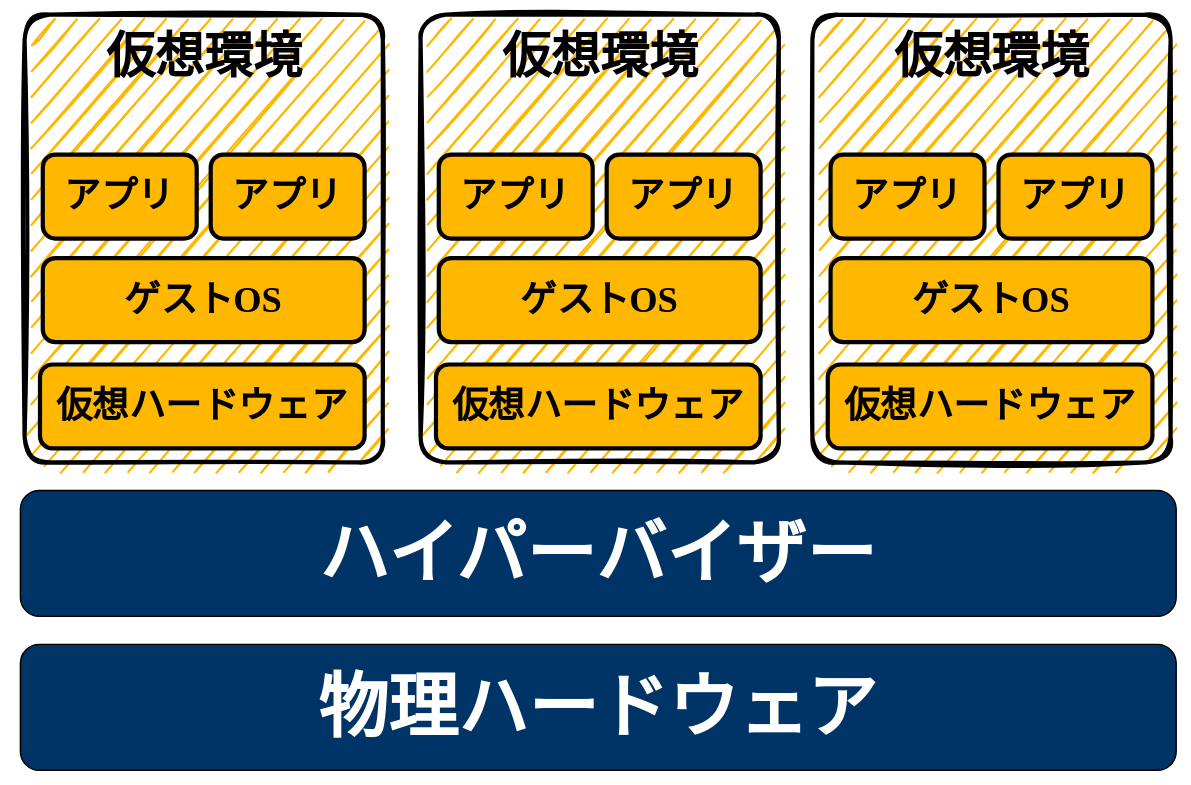
Before: docs/diagrams/kasou_hyper.drawio.svg, a diagram exported from draw.io (sho037/docker-kubernetes-tutorial). Source tidied: cells renumbered, new cells last; positions are measured from the earlier drawing's top-left corner, leaving out a move shared by most shapes. Its diagram source:
```xml
<mxGraphModel background="#ffffff">
  <root>
    <mxCell id="0" />
    <mxCell id="1" parent="0" />
    <mxCell id="2" value="&lt;font face=&quot;mplus1p&quot; size=&quot;1&quot; color=&quot;#ffffff&quot; style=&quot;&quot;&gt;&lt;b style=&quot;font-size: 50px;&quot;&gt;物理ハードウェア&lt;/b&gt;&lt;/font&gt;" style="rounded=1;whiteSpace=wrap;html=1;fillColor=#003366;strokeColor=#000000;strokeWidth=1;fontColor=#000000;sketch=0;glass=0;" parent="1" vertex="1">
      <mxGeometry x="14" y="460" width="826" height="90" as="geometry" />
    </mxCell>
    <mxCell id="3" style="rounded=1;whiteSpace=wrap;html=1;fillColor=#FFB700;strokeColor=#000000;strokeWidth=3;fontColor=#000000;sketch=1;glass=0;arcSize=7;shadow=0;" parent="1" vertex="1">
      <mxGeometry x="17" y="10" width="256" height="320" as="geometry" />
    </mxCell>
    <mxCell id="4" value="&lt;font face=&quot;mplus1p&quot;&gt;仮想環境&lt;/font&gt;" style="text;strokeColor=none;fillColor=none;html=1;fontSize=35;fontStyle=1;verticalAlign=middle;align=center;glass=0;labelBackgroundColor=none;sketch=0;fillStyle=auto;fontColor=#000000;" parent="1" vertex="1">
      <mxGeometry x="95" y="20" width="100" height="40" as="geometry" />
    </mxCell>
    <mxCell id="5" value="&lt;b style=&quot;font-size: 26px;&quot;&gt;&lt;font face=&quot;mplus1p&quot; style=&quot;font-size: 26px;&quot;&gt;仮想ハードウェア&lt;/font&gt;&lt;/b&gt;" style="rounded=1;whiteSpace=wrap;html=1;fillColor=#FFB700;strokeColor=#000000;strokeWidth=3;fontColor=#000000;labelBackgroundColor=none;fillStyle=auto;sketch=0;fontSize=26;fontFamily=ubuntu;fontSource=https%3A%2F%2Ffonts.googleapis.com%2Fcss%3Ffamily%3Dubuntu;" parent="1" vertex="1">
      <mxGeometry x="28" y="260" width="232" height="60" as="geometry" />
    </mxCell>
    <mxCell id="6" value="&lt;font style=&quot;font-size: 50px;&quot;&gt;&lt;b&gt;&lt;font face=&quot;mplus1p&quot; color=&quot;#ffffff&quot;&gt;ハイパーバイザー&lt;/font&gt;&lt;br&gt;&lt;/b&gt;&lt;/font&gt;" style="rounded=1;whiteSpace=wrap;html=1;fillColor=#003366;strokeColor=#000000;strokeWidth=1;fontColor=#000000;sketch=0;glass=0;" parent="1" vertex="1">
      <mxGeometry x="14" y="350" width="826" height="90" as="geometry" />
    </mxCell>
    <mxCell id="7" value="&lt;b style=&quot;font-size: 26px;&quot;&gt;&lt;font style=&quot;font-size: 26px;&quot;&gt;&lt;font face=&quot;mplus1p&quot;&gt;ゲストOS&lt;/font&gt;&lt;br&gt;&lt;/font&gt;&lt;/b&gt;" style="rounded=1;whiteSpace=wrap;html=1;fillColor=#FFB700;strokeColor=#000000;strokeWidth=3;fontColor=#000000;labelBackgroundColor=none;fillStyle=auto;sketch=0;fontSize=26;fontFamily=ubuntu;fontSource=https%3A%2F%2Ffonts.googleapis.com%2Fcss%3Ffamily%3Dubuntu;" parent="1" vertex="1">
      <mxGeometry x="30" y="184" width="230" height="60" as="geometry" />
    </mxCell>
    <mxCell id="8" value="&lt;b style=&quot;font-size: 26px;&quot;&gt;&lt;font style=&quot;font-size: 26px;&quot;&gt;&lt;font face=&quot;mplus1p&quot;&gt;アプリ&lt;/font&gt;&lt;br&gt;&lt;/font&gt;&lt;/b&gt;" style="rounded=1;whiteSpace=wrap;html=1;fillColor=#FFB700;strokeColor=#000000;strokeWidth=3;fontColor=#000000;labelBackgroundColor=none;fillStyle=auto;sketch=0;fontSize=26;fontFamily=ubuntu;fontSource=https%3A%2F%2Ffonts.googleapis.com%2Fcss%3Ffamily%3Dubuntu;" parent="1" vertex="1">
      <mxGeometry x="30" y="110" width="110" height="60" as="geometry" />
    </mxCell>
    <mxCell id="9" value="&lt;b style=&quot;font-size: 26px;&quot;&gt;&lt;font style=&quot;font-size: 26px;&quot;&gt;&lt;font face=&quot;mplus1p&quot;&gt;アプリ&lt;/font&gt;&lt;br&gt;&lt;/font&gt;&lt;/b&gt;" style="rounded=1;whiteSpace=wrap;html=1;fillColor=#FFB700;strokeColor=#000000;strokeWidth=3;fontColor=#000000;labelBackgroundColor=none;fillStyle=auto;sketch=0;fontSize=26;fontFamily=ubuntu;fontSource=https%3A%2F%2Ffonts.googleapis.com%2Fcss%3Ffamily%3Dubuntu;" parent="1" vertex="1">
      <mxGeometry x="150" y="110" width="110" height="60" as="geometry" />
    </mxCell>
    <mxCell id="10" style="rounded=0;whiteSpace=wrap;html=1;shadow=0;glass=0;labelBackgroundColor=none;sketch=0;fillStyle=auto;fontSize=26;fontColor=#000000;strokeColor=none;strokeWidth=1;fillColor=none;" parent="1" vertex="1">
      <mxGeometry width="850" height="560" as="geometry" />
    </mxCell>
    <mxCell id="11" style="rounded=1;whiteSpace=wrap;html=1;fillColor=#FFB700;strokeColor=#000000;strokeWidth=3;fontColor=#000000;sketch=1;glass=0;arcSize=7;shadow=0;" parent="1" vertex="1">
      <mxGeometry x="300" y="10" width="256" height="320" as="geometry" />
    </mxCell>
    <mxCell id="12" value="&lt;font face=&quot;mplus1p&quot;&gt;仮想環境&lt;/font&gt;" style="text;strokeColor=none;fillColor=none;html=1;fontSize=35;fontStyle=1;verticalAlign=middle;align=center;glass=0;labelBackgroundColor=none;sketch=0;fillStyle=auto;fontColor=#000000;" parent="1" vertex="1">
      <mxGeometry x="378" y="20" width="100" height="40" as="geometry" />
    </mxCell>
    <mxCell id="13" value="&lt;b style=&quot;font-size: 26px;&quot;&gt;&lt;font face=&quot;mplus1p&quot; style=&quot;font-size: 26px;&quot;&gt;仮想ハードウェア&lt;/font&gt;&lt;/b&gt;" style="rounded=1;whiteSpace=wrap;html=1;fillColor=#FFB700;strokeColor=#000000;strokeWidth=3;fontColor=#000000;labelBackgroundColor=none;fillStyle=auto;sketch=0;fontSize=26;fontFamily=ubuntu;fontSource=https%3A%2F%2Ffonts.googleapis.com%2Fcss%3Ffamily%3Dubuntu;" parent="1" vertex="1">
      <mxGeometry x="311" y="260" width="232" height="60" as="geometry" />
    </mxCell>
    <mxCell id="14" value="&lt;b style=&quot;font-size: 26px;&quot;&gt;&lt;font style=&quot;font-size: 26px;&quot;&gt;&lt;font face=&quot;mplus1p&quot;&gt;ゲストOS&lt;/font&gt;&lt;br&gt;&lt;/font&gt;&lt;/b&gt;" style="rounded=1;whiteSpace=wrap;html=1;fillColor=#FFB700;strokeColor=#000000;strokeWidth=3;fontColor=#000000;labelBackgroundColor=none;fillStyle=auto;sketch=0;fontSize=26;fontFamily=ubuntu;fontSource=https%3A%2F%2Ffonts.googleapis.com%2Fcss%3Ffamily%3Dubuntu;" parent="1" vertex="1">
      <mxGeometry x="313" y="184" width="230" height="60" as="geometry" />
    </mxCell>
    <mxCell id="15" value="&lt;b style=&quot;font-size: 26px;&quot;&gt;&lt;font style=&quot;font-size: 26px;&quot;&gt;&lt;font face=&quot;mplus1p&quot;&gt;アプリ&lt;/font&gt;&lt;br&gt;&lt;/font&gt;&lt;/b&gt;" style="rounded=1;whiteSpace=wrap;html=1;fillColor=#FFB700;strokeColor=#000000;strokeWidth=3;fontColor=#000000;labelBackgroundColor=none;fillStyle=auto;sketch=0;fontSize=26;fontFamily=ubuntu;fontSource=https%3A%2F%2Ffonts.googleapis.com%2Fcss%3Ffamily%3Dubuntu;" parent="1" vertex="1">
      <mxGeometry x="313" y="110" width="110" height="60" as="geometry" />
    </mxCell>
    <mxCell id="16" value="&lt;b style=&quot;font-size: 26px;&quot;&gt;&lt;font style=&quot;font-size: 26px;&quot;&gt;&lt;font face=&quot;mplus1p&quot;&gt;アプリ&lt;/font&gt;&lt;br&gt;&lt;/font&gt;&lt;/b&gt;" style="rounded=1;whiteSpace=wrap;html=1;fillColor=#FFB700;strokeColor=#000000;strokeWidth=3;fontColor=#000000;labelBackgroundColor=none;fillStyle=auto;sketch=0;fontSize=26;fontFamily=ubuntu;fontSource=https%3A%2F%2Ffonts.googleapis.com%2Fcss%3Ffamily%3Dubuntu;" parent="1" vertex="1">
      <mxGeometry x="433" y="110" width="110" height="60" as="geometry" />
    </mxCell>
    <mxCell id="17" style="rounded=1;whiteSpace=wrap;html=1;fillColor=#FFB700;strokeColor=#000000;strokeWidth=3;fontColor=#000000;sketch=1;glass=0;arcSize=7;shadow=0;" parent="1" vertex="1">
      <mxGeometry x="580" y="10" width="256" height="320" as="geometry" />
    </mxCell>
    <mxCell id="18" value="&lt;font face=&quot;mplus1p&quot;&gt;仮想環境&lt;/font&gt;" style="text;strokeColor=none;fillColor=none;html=1;fontSize=35;fontStyle=1;verticalAlign=middle;align=center;glass=0;labelBackgroundColor=none;sketch=0;fillStyle=auto;fontColor=#000000;" parent="1" vertex="1">
      <mxGeometry x="658" y="20" width="100" height="40" as="geometry" />
    </mxCell>
    <mxCell id="19" value="&lt;b style=&quot;font-size: 26px;&quot;&gt;&lt;font face=&quot;mplus1p&quot; style=&quot;font-size: 26px;&quot;&gt;仮想ハードウェア&lt;/font&gt;&lt;/b&gt;" style="rounded=1;whiteSpace=wrap;html=1;fillColor=#FFB700;strokeColor=#000000;strokeWidth=3;fontColor=#000000;labelBackgroundColor=none;fillStyle=auto;sketch=0;fontSize=26;fontFamily=ubuntu;fontSource=https%3A%2F%2Ffonts.googleapis.com%2Fcss%3Ffamily%3Dubuntu;" parent="1" vertex="1">
      <mxGeometry x="591" y="260" width="232" height="60" as="geometry" />
    </mxCell>
    <mxCell id="20" value="&lt;b style=&quot;font-size: 26px;&quot;&gt;&lt;font style=&quot;font-size: 26px;&quot;&gt;&lt;font face=&quot;mplus1p&quot;&gt;ゲストOS&lt;/font&gt;&lt;br&gt;&lt;/font&gt;&lt;/b&gt;" style="rounded=1;whiteSpace=wrap;html=1;fillColor=#FFB700;strokeColor=#000000;strokeWidth=3;fontColor=#000000;labelBackgroundColor=none;fillStyle=auto;sketch=0;fontSize=26;fontFamily=ubuntu;fontSource=https%3A%2F%2Ffonts.googleapis.com%2Fcss%3Ffamily%3Dubuntu;" parent="1" vertex="1">
      <mxGeometry x="593" y="184" width="230" height="60" as="geometry" />
    </mxCell>
    <mxCell id="21" value="&lt;b style=&quot;font-size: 26px;&quot;&gt;&lt;font style=&quot;font-size: 26px;&quot;&gt;&lt;font face=&quot;mplus1p&quot;&gt;アプリ&lt;/font&gt;&lt;br&gt;&lt;/font&gt;&lt;/b&gt;" style="rounded=1;whiteSpace=wrap;html=1;fillColor=#FFB700;strokeColor=#000000;strokeWidth=3;fontColor=#000000;labelBackgroundColor=none;fillStyle=auto;sketch=0;fontSize=26;fontFamily=ubuntu;fontSource=https%3A%2F%2Ffonts.googleapis.com%2Fcss%3Ffamily%3Dubuntu;" parent="1" vertex="1">
      <mxGeometry x="593" y="110" width="110" height="60" as="geometry" />
    </mxCell>
    <mxCell id="22" value="&lt;b style=&quot;font-size: 26px;&quot;&gt;&lt;font style=&quot;font-size: 26px;&quot;&gt;&lt;font face=&quot;mplus1p&quot;&gt;アプリ&lt;/font&gt;&lt;br&gt;&lt;/font&gt;&lt;/b&gt;" style="rounded=1;whiteSpace=wrap;html=1;fillColor=#FFB700;strokeColor=#000000;strokeWidth=3;fontColor=#000000;labelBackgroundColor=none;fillStyle=auto;sketch=0;fontSize=26;fontFamily=ubuntu;fontSource=https%3A%2F%2Ffonts.googleapis.com%2Fcss%3Ffamily%3Dubuntu;" parent="1" vertex="1">
      <mxGeometry x="713" y="110" width="110" height="60" as="geometry" />
    </mxCell>
  </root>
</mxGraphModel>
```
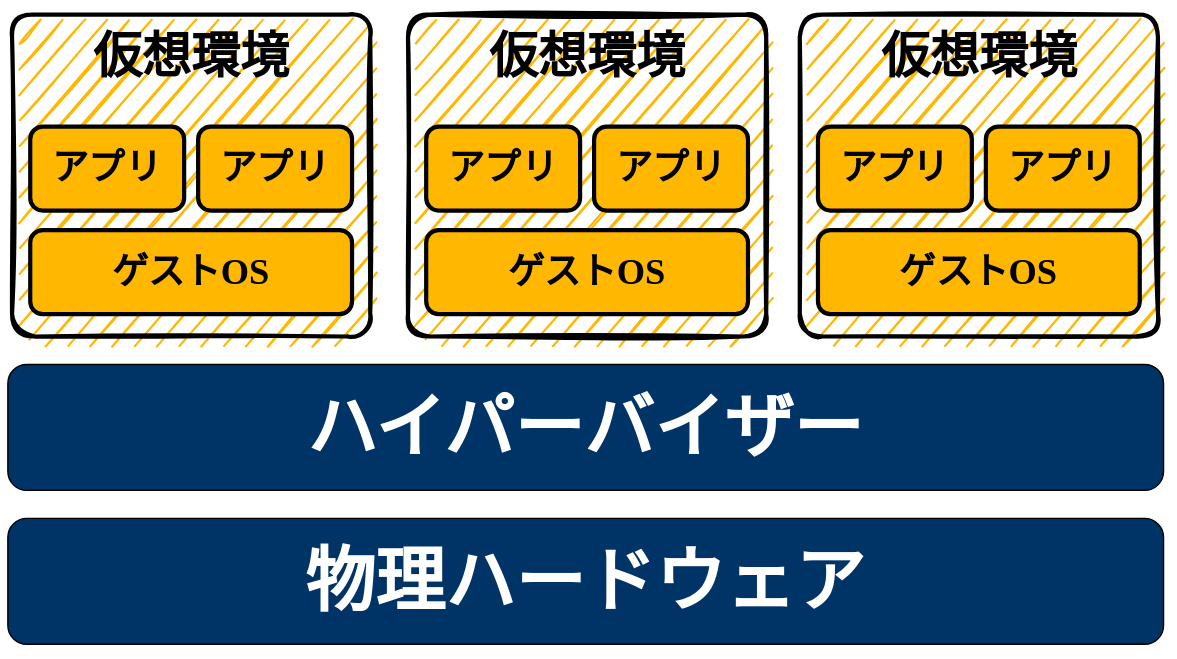
Above is the later version.

Change to the diagram source:
```diff
@@ -2,68 +2,59 @@
   <root>
     <mxCell id="0" />
     <mxCell id="1" parent="0" />
+    <mxCell id="10" style="rounded=0;whiteSpace=wrap;html=1;shadow=0;glass=0;labelBackgroundColor=none;sketch=0;fillStyle=auto;fontSize=26;fontColor=#000000;strokeColor=none;strokeWidth=1;fillColor=none;" parent="1" vertex="1">
+      <mxGeometry x="9" y="90" width="840" height="470" as="geometry" />
+    </mxCell>
     <mxCell id="2" value="&lt;font face=&quot;mplus1p&quot; size=&quot;1&quot; color=&quot;#ffffff&quot; style=&quot;&quot;&gt;&lt;b style=&quot;font-size: 50px;&quot;&gt;物理ハードウェア&lt;/b&gt;&lt;/font&gt;" style="rounded=1;whiteSpace=wrap;html=1;fillColor=#003366;strokeColor=#000000;strokeWidth=1;fontColor=#000000;sketch=0;glass=0;" parent="1" vertex="1">
       <mxGeometry x="14" y="460" width="826" height="90" as="geometry" />
     </mxCell>
     <mxCell id="3" style="rounded=1;whiteSpace=wrap;html=1;fillColor=#FFB700;strokeColor=#000000;strokeWidth=3;fontColor=#000000;sketch=1;glass=0;arcSize=7;shadow=0;" parent="1" vertex="1">
-      <mxGeometry x="17" y="10" width="256" height="320" as="geometry" />
+      <mxGeometry x="17" y="100" width="256" height="230" as="geometry" />
     </mxCell>
     <mxCell id="4" value="&lt;font face=&quot;mplus1p&quot;&gt;仮想環境&lt;/font&gt;" style="text;strokeColor=none;fillColor=none;html=1;fontSize=35;fontStyle=1;verticalAlign=middle;align=center;glass=0;labelBackgroundColor=none;sketch=0;fillStyle=auto;fontColor=#000000;" parent="1" vertex="1">
-      <mxGeometry x="95" y="20" width="100" height="40" as="geometry" />
+      <mxGeometry x="95" y="110" width="100" height="40" as="geometry" />
     </mxCell>
-    <mxCell id="5" value="&lt;b style=&quot;font-size: 26px;&quot;&gt;&lt;font face=&quot;mplus1p&quot; style=&quot;font-size: 26px;&quot;&gt;仮想ハードウェア&lt;/font&gt;&lt;/b&gt;" style="rounded=1;whiteSpace=wrap;html=1;fillColor=#FFB700;strokeColor=#000000;strokeWidth=3;fontColor=#000000;labelBackgroundColor=none;fillStyle=auto;sketch=0;fontSize=26;fontFamily=ubuntu;fontSource=https%3A%2F%2Ffonts.googleapis.com%2Fcss%3Ffamily%3Dubuntu;" parent="1" vertex="1">
-      <mxGeometry x="28" y="260" width="232" height="60" as="geometry" />
-    </mxCell>
     <mxCell id="6" value="&lt;font style=&quot;font-size: 50px;&quot;&gt;&lt;b&gt;&lt;font face=&quot;mplus1p&quot; color=&quot;#ffffff&quot;&gt;ハイパーバイザー&lt;/font&gt;&lt;br&gt;&lt;/b&gt;&lt;/font&gt;" style="rounded=1;whiteSpace=wrap;html=1;fillColor=#003366;strokeColor=#000000;strokeWidth=1;fontColor=#000000;sketch=0;glass=0;" parent="1" vertex="1">
       <mxGeometry x="14" y="350" width="826" height="90" as="geometry" />
     </mxCell>
     <mxCell id="7" value="&lt;b style=&quot;font-size: 26px;&quot;&gt;&lt;font style=&quot;font-size: 26px;&quot;&gt;&lt;font face=&quot;mplus1p&quot;&gt;ゲストOS&lt;/font&gt;&lt;br&gt;&lt;/font&gt;&lt;/b&gt;" style="rounded=1;whiteSpace=wrap;html=1;fillColor=#FFB700;strokeColor=#000000;strokeWidth=3;fontColor=#000000;labelBackgroundColor=none;fillStyle=auto;sketch=0;fontSize=26;fontFamily=ubuntu;fontSource=https%3A%2F%2Ffonts.googleapis.com%2Fcss%3Ffamily%3Dubuntu;" parent="1" vertex="1">
-      <mxGeometry x="30" y="184" width="230" height="60" as="geometry" />
+      <mxGeometry x="30" y="254" width="230" height="60" as="geometry" />
     </mxCell>
     <mxCell id="8" value="&lt;b style=&quot;font-size: 26px;&quot;&gt;&lt;font style=&quot;font-size: 26px;&quot;&gt;&lt;font face=&quot;mplus1p&quot;&gt;アプリ&lt;/font&gt;&lt;br&gt;&lt;/font&gt;&lt;/b&gt;" style="rounded=1;whiteSpace=wrap;html=1;fillColor=#FFB700;strokeColor=#000000;strokeWidth=3;fontColor=#000000;labelBackgroundColor=none;fillStyle=auto;sketch=0;fontSize=26;fontFamily=ubuntu;fontSource=https%3A%2F%2Ffonts.googleapis.com%2Fcss%3Ffamily%3Dubuntu;" parent="1" vertex="1">
-      <mxGeometry x="30" y="110" width="110" height="60" as="geometry" />
+      <mxGeometry x="30" y="180" width="110" height="60" as="geometry" />
     </mxCell>
     <mxCell id="9" value="&lt;b style=&quot;font-size: 26px;&quot;&gt;&lt;font style=&quot;font-size: 26px;&quot;&gt;&lt;font face=&quot;mplus1p&quot;&gt;アプリ&lt;/font&gt;&lt;br&gt;&lt;/font&gt;&lt;/b&gt;" style="rounded=1;whiteSpace=wrap;html=1;fillColor=#FFB700;strokeColor=#000000;strokeWidth=3;fontColor=#000000;labelBackgroundColor=none;fillStyle=auto;sketch=0;fontSize=26;fontFamily=ubuntu;fontSource=https%3A%2F%2Ffonts.googleapis.com%2Fcss%3Ffamily%3Dubuntu;" parent="1" vertex="1">
-      <mxGeometry x="150" y="110" width="110" height="60" as="geometry" />
+      <mxGeometry x="150" y="180" width="110" height="60" as="geometry" />
     </mxCell>
-    <mxCell id="10" style="rounded=0;whiteSpace=wrap;html=1;shadow=0;glass=0;labelBackgroundColor=none;sketch=0;fillStyle=auto;fontSize=26;fontColor=#000000;strokeColor=none;strokeWidth=1;fillColor=none;" parent="1" vertex="1">
-      <mxGeometry width="850" height="560" as="geometry" />
-    </mxCell>
     <mxCell id="11" style="rounded=1;whiteSpace=wrap;html=1;fillColor=#FFB700;strokeColor=#000000;strokeWidth=3;fontColor=#000000;sketch=1;glass=0;arcSize=7;shadow=0;" parent="1" vertex="1">
-      <mxGeometry x="300" y="10" width="256" height="320" as="geometry" />
+      <mxGeometry x="300" y="100" width="256" height="230" as="geometry" />
     </mxCell>
     <mxCell id="12" value="&lt;font face=&quot;mplus1p&quot;&gt;仮想環境&lt;/font&gt;" style="text;strokeColor=none;fillColor=none;html=1;fontSize=35;fontStyle=1;verticalAlign=middle;align=center;glass=0;labelBackgroundColor=none;sketch=0;fillStyle=auto;fontColor=#000000;" parent="1" vertex="1">
-      <mxGeometry x="378" y="20" width="100" height="40" as="geometry" />
+      <mxGeometry x="378" y="110" width="100" height="40" as="geometry" />
     </mxCell>
-    <mxCell id="13" value="&lt;b style=&quot;font-size: 26px;&quot;&gt;&lt;font face=&quot;mplus1p&quot; style=&quot;font-size: 26px;&quot;&gt;仮想ハードウェア&lt;/font&gt;&lt;/b&gt;" style="rounded=1;whiteSpace=wrap;html=1;fillColor=#FFB700;strokeColor=#000000;strokeWidth=3;fontColor=#000000;labelBackgroundColor=none;fillStyle=auto;sketch=0;fontSize=26;fontFamily=ubuntu;fontSource=https%3A%2F%2Ffonts.googleapis.com%2Fcss%3Ffamily%3Dubuntu;" parent="1" vertex="1">
-      <mxGeometry x="311" y="260" width="232" height="60" as="geometry" />
-    </mxCell>
     <mxCell id="14" value="&lt;b style=&quot;font-size: 26px;&quot;&gt;&lt;font style=&quot;font-size: 26px;&quot;&gt;&lt;font face=&quot;mplus1p&quot;&gt;ゲストOS&lt;/font&gt;&lt;br&gt;&lt;/font&gt;&lt;/b&gt;" style="rounded=1;whiteSpace=wrap;html=1;fillColor=#FFB700;strokeColor=#000000;strokeWidth=3;fontColor=#000000;labelBackgroundColor=none;fillStyle=auto;sketch=0;fontSize=26;fontFamily=ubuntu;fontSource=https%3A%2F%2Ffonts.googleapis.com%2Fcss%3Ffamily%3Dubuntu;" parent="1" vertex="1">
-      <mxGeometry x="313" y="184" width="230" height="60" as="geometry" />
+      <mxGeometry x="313" y="254" width="230" height="60" as="geometry" />
     </mxCell>
     <mxCell id="15" value="&lt;b style=&quot;font-size: 26px;&quot;&gt;&lt;font style=&quot;font-size: 26px;&quot;&gt;&lt;font face=&quot;mplus1p&quot;&gt;アプリ&lt;/font&gt;&lt;br&gt;&lt;/font&gt;&lt;/b&gt;" style="rounded=1;whiteSpace=wrap;html=1;fillColor=#FFB700;strokeColor=#000000;strokeWidth=3;fontColor=#000000;labelBackgroundColor=none;fillStyle=auto;sketch=0;fontSize=26;fontFamily=ubuntu;fontSource=https%3A%2F%2Ffonts.googleapis.com%2Fcss%3Ffamily%3Dubuntu;" parent="1" vertex="1">
-      <mxGeometry x="313" y="110" width="110" height="60" as="geometry" />
+      <mxGeometry x="313" y="180" width="110" height="60" as="geometry" />
     </mxCell>
     <mxCell id="16" value="&lt;b style=&quot;font-size: 26px;&quot;&gt;&lt;font style=&quot;font-size: 26px;&quot;&gt;&lt;font face=&quot;mplus1p&quot;&gt;アプリ&lt;/font&gt;&lt;br&gt;&lt;/font&gt;&lt;/b&gt;" style="rounded=1;whiteSpace=wrap;html=1;fillColor=#FFB700;strokeColor=#000000;strokeWidth=3;fontColor=#000000;labelBackgroundColor=none;fillStyle=auto;sketch=0;fontSize=26;fontFamily=ubuntu;fontSource=https%3A%2F%2Ffonts.googleapis.com%2Fcss%3Ffamily%3Dubuntu;" parent="1" vertex="1">
-      <mxGeometry x="433" y="110" width="110" height="60" as="geometry" />
+      <mxGeometry x="433" y="180" width="110" height="60" as="geometry" />
     </mxCell>
     <mxCell id="17" style="rounded=1;whiteSpace=wrap;html=1;fillColor=#FFB700;strokeColor=#000000;strokeWidth=3;fontColor=#000000;sketch=1;glass=0;arcSize=7;shadow=0;" parent="1" vertex="1">
-      <mxGeometry x="580" y="10" width="256" height="320" as="geometry" />
+      <mxGeometry x="580" y="100" width="256" height="230" as="geometry" />
     </mxCell>
     <mxCell id="18" value="&lt;font face=&quot;mplus1p&quot;&gt;仮想環境&lt;/font&gt;" style="text;strokeColor=none;fillColor=none;html=1;fontSize=35;fontStyle=1;verticalAlign=middle;align=center;glass=0;labelBackgroundColor=none;sketch=0;fillStyle=auto;fontColor=#000000;" parent="1" vertex="1">
-      <mxGeometry x="658" y="20" width="100" height="40" as="geometry" />
+      <mxGeometry x="658" y="110" width="100" height="40" as="geometry" />
     </mxCell>
-    <mxCell id="19" value="&lt;b style=&quot;font-size: 26px;&quot;&gt;&lt;font face=&quot;mplus1p&quot; style=&quot;font-size: 26px;&quot;&gt;仮想ハードウェア&lt;/font&gt;&lt;/b&gt;" style="rounded=1;whiteSpace=wrap;html=1;fillColor=#FFB700;strokeColor=#000000;strokeWidth=3;fontColor=#000000;labelBackgroundColor=none;fillStyle=auto;sketch=0;fontSize=26;fontFamily=ubuntu;fontSource=https%3A%2F%2Ffonts.googleapis.com%2Fcss%3Ffamily%3Dubuntu;" parent="1" vertex="1">
-      <mxGeometry x="591" y="260" width="232" height="60" as="geometry" />
-    </mxCell>
     <mxCell id="20" value="&lt;b style=&quot;font-size: 26px;&quot;&gt;&lt;font style=&quot;font-size: 26px;&quot;&gt;&lt;font face=&quot;mplus1p&quot;&gt;ゲストOS&lt;/font&gt;&lt;br&gt;&lt;/font&gt;&lt;/b&gt;" style="rounded=1;whiteSpace=wrap;html=1;fillColor=#FFB700;strokeColor=#000000;strokeWidth=3;fontColor=#000000;labelBackgroundColor=none;fillStyle=auto;sketch=0;fontSize=26;fontFamily=ubuntu;fontSource=https%3A%2F%2Ffonts.googleapis.com%2Fcss%3Ffamily%3Dubuntu;" parent="1" vertex="1">
-      <mxGeometry x="593" y="184" width="230" height="60" as="geometry" />
+      <mxGeometry x="593" y="254" width="230" height="60" as="geometry" />
     </mxCell>
     <mxCell id="21" value="&lt;b style=&quot;font-size: 26px;&quot;&gt;&lt;font style=&quot;font-size: 26px;&quot;&gt;&lt;font face=&quot;mplus1p&quot;&gt;アプリ&lt;/font&gt;&lt;br&gt;&lt;/font&gt;&lt;/b&gt;" style="rounded=1;whiteSpace=wrap;html=1;fillColor=#FFB700;strokeColor=#000000;strokeWidth=3;fontColor=#000000;labelBackgroundColor=none;fillStyle=auto;sketch=0;fontSize=26;fontFamily=ubuntu;fontSource=https%3A%2F%2Ffonts.googleapis.com%2Fcss%3Ffamily%3Dubuntu;" parent="1" vertex="1">
-      <mxGeometry x="593" y="110" width="110" height="60" as="geometry" />
+      <mxGeometry x="593" y="180" width="110" height="60" as="geometry" />
     </mxCell>
     <mxCell id="22" value="&lt;b style=&quot;font-size: 26px;&quot;&gt;&lt;font style=&quot;font-size: 26px;&quot;&gt;&lt;font face=&quot;mplus1p&quot;&gt;アプリ&lt;/font&gt;&lt;br&gt;&lt;/font&gt;&lt;/b&gt;" style="rounded=1;whiteSpace=wrap;html=1;fillColor=#FFB700;strokeColor=#000000;strokeWidth=3;fontColor=#000000;labelBackgroundColor=none;fillStyle=auto;sketch=0;fontSize=26;fontFamily=ubuntu;fontSource=https%3A%2F%2Ffonts.googleapis.com%2Fcss%3Ffamily%3Dubuntu;" parent="1" vertex="1">
-      <mxGeometry x="713" y="110" width="110" height="60" as="geometry" />
+      <mxGeometry x="713" y="180" width="110" height="60" as="geometry" />
     </mxCell>
   </root>
 </mxGraphModel>
```
